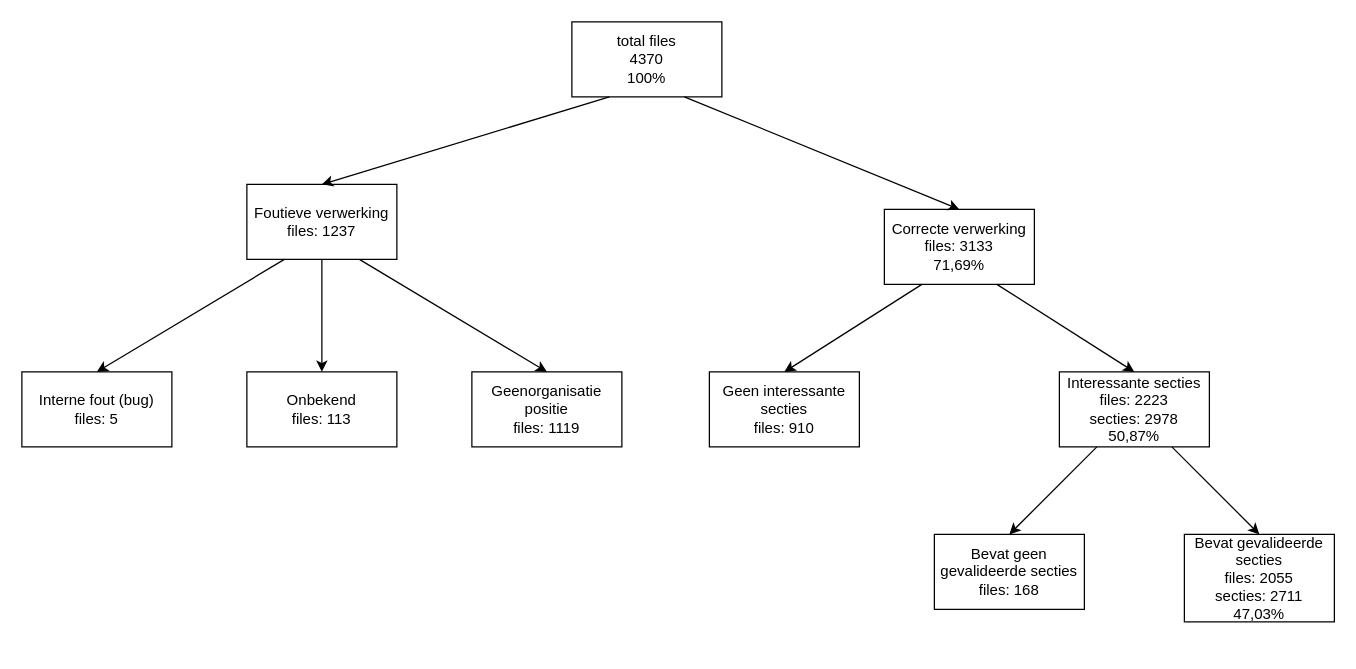
Earlier version of the draw.io diagram scriptie/images/drawio/lncs_front_matter_result.drawio (XibrenX/MasterThesis). Source tidied: cells renumbered, new cells numbered last; positions are measured from the earlier drawing's top-left corner, leaving out a move shared by most shapes. Both pictures are drawn from the tidied source at 125%, with x=0, y=0 at pixel (21, 21).
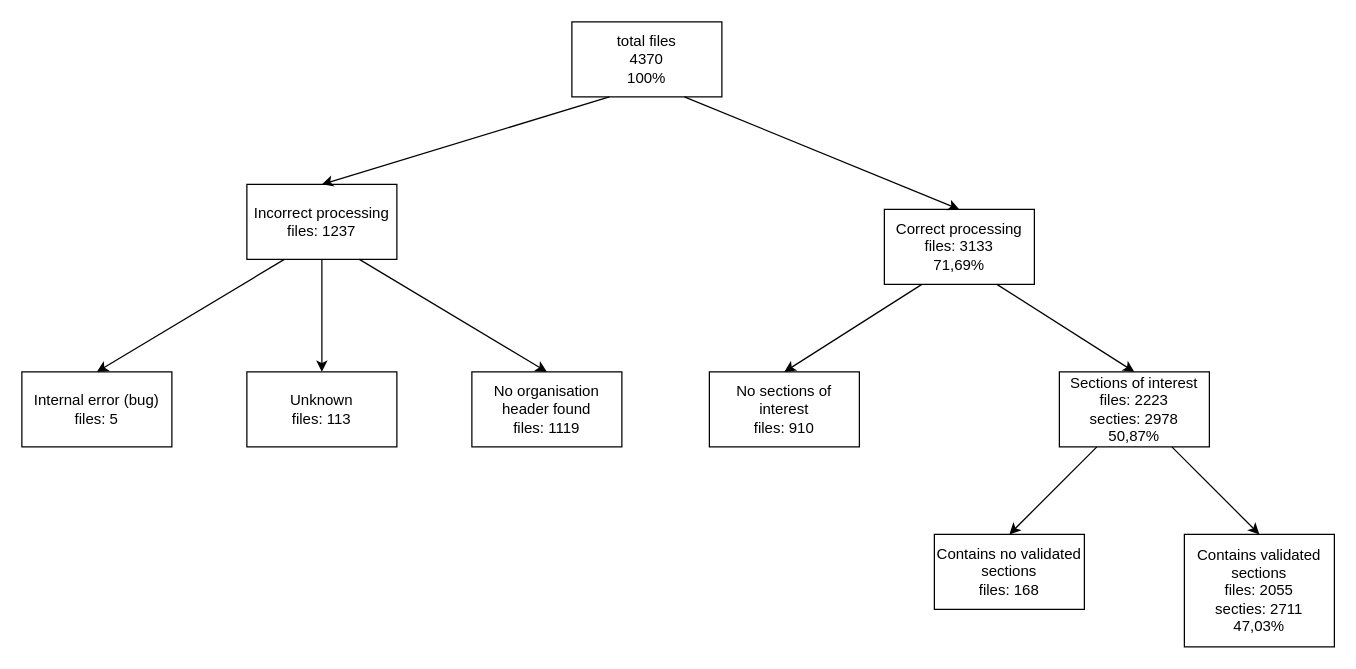
The same diagram, later.

The edit, as a diff of the source:
```diff
@@
-    <mxCell id="3" value="Foutieve verwerking&lt;br&gt;files: 1237" style="rounded=0;whiteSpace=wrap;html=1;" parent="1" vertex="1">
+    <mxCell id="3" value="Incorrect processing&lt;br&gt;files: 1237" style="rounded=0;whiteSpace=wrap;html=1;" parent="1" vertex="1">
       <mxGeometry x="180" y="130" width="120" height="60" as="geometry" />
     </mxCell>
-    <mxCell id="4" value="Correcte verwerking&lt;br&gt;files: 3133&lt;br&gt;71,69%" style="rounded=0;whiteSpace=wrap;html=1;" parent="1" vertex="1">
+    <mxCell id="4" value="Correct processing&lt;br&gt;files: 3133&lt;br&gt;71,69%" style="rounded=0;whiteSpace=wrap;html=1;" parent="1" vertex="1">
       <mxGeometry x="690" y="150" width="120" height="60" as="geometry" />
     </mxCell>
@@
-    <mxCell id="7" value="Interne fout (bug)&lt;br&gt;files: 5" style="rounded=0;whiteSpace=wrap;html=1;" parent="1" vertex="1">
+    <mxCell id="7" value="Internal error (bug)&lt;br&gt;files: 5" style="rounded=0;whiteSpace=wrap;html=1;" parent="1" vertex="1">
       <mxGeometry y="280" width="120" height="60" as="geometry" />
     </mxCell>
-    <mxCell id="8" value="Onbekend&lt;br&gt;files: 113" style="rounded=0;whiteSpace=wrap;html=1;" parent="1" vertex="1">
+    <mxCell id="8" value="Unknown&lt;br&gt;files: 113" style="rounded=0;whiteSpace=wrap;html=1;" parent="1" vertex="1">
       <mxGeometry x="180" y="280" width="120" height="60" as="geometry" />
     </mxCell>
-    <mxCell id="9" value="Geenorganisatie positie&lt;br&gt;files: 1119" style="rounded=0;whiteSpace=wrap;html=1;" parent="1" vertex="1">
+    <mxCell id="9" value="No organisation header found&lt;br&gt;files: 1119" style="rounded=0;whiteSpace=wrap;html=1;" parent="1" vertex="1">
       <mxGeometry x="360" y="280" width="120" height="60" as="geometry" />
     </mxCell>
@@
-    <mxCell id="13" value="Geen interessante secties&lt;br&gt;files: 910" style="rounded=0;whiteSpace=wrap;html=1;" parent="1" vertex="1">
+    <mxCell id="13" value="No sections of interest&lt;br&gt;files: 910" style="rounded=0;whiteSpace=wrap;html=1;" parent="1" vertex="1">
       <mxGeometry x="550" y="280" width="120" height="60" as="geometry" />
     </mxCell>
-    <mxCell id="14" value="Interessante secties&lt;br&gt;files: 2223&lt;br&gt;secties: 2978&lt;br&gt;50,87%" style="rounded=0;whiteSpace=wrap;html=1;" parent="1" vertex="1">
+    <mxCell id="14" value="Sections of interest&lt;br&gt;files: 2223&lt;br&gt;secties: 2978&lt;br&gt;50,87%" style="rounded=0;whiteSpace=wrap;html=1;" parent="1" vertex="1">
       <mxGeometry x="830" y="280" width="120" height="60" as="geometry" />
     </mxCell>
@@
-    <mxCell id="17" value="Bevat gevalideerde secties&lt;br&gt;files: 2055&lt;br&gt;secties: 2711&lt;br&gt;47,03%" style="rounded=0;whiteSpace=wrap;html=1;" parent="1" vertex="1">
-      <mxGeometry x="930" y="410" width="120" height="70" as="geometry" />
+    <mxCell id="17" value="Contains validated sections&lt;br&gt;files: 2055&lt;br&gt;secties: 2711&lt;br&gt;47,03%" style="rounded=0;whiteSpace=wrap;html=1;" parent="1" vertex="1">
+      <mxGeometry x="930" y="410" width="120" height="90" as="geometry" />
     </mxCell>
-    <mxCell id="18" value="Bevat geen gevalideerde secties&lt;br&gt;files: 168" style="rounded=0;whiteSpace=wrap;html=1;" parent="1" vertex="1">
+    <mxCell id="18" value="Contains no validated sections&lt;br&gt;files: 168" style="rounded=0;whiteSpace=wrap;html=1;" parent="1" vertex="1">
       <mxGeometry x="730" y="410" width="120" height="60" as="geometry" />
     </mxCell>
```
